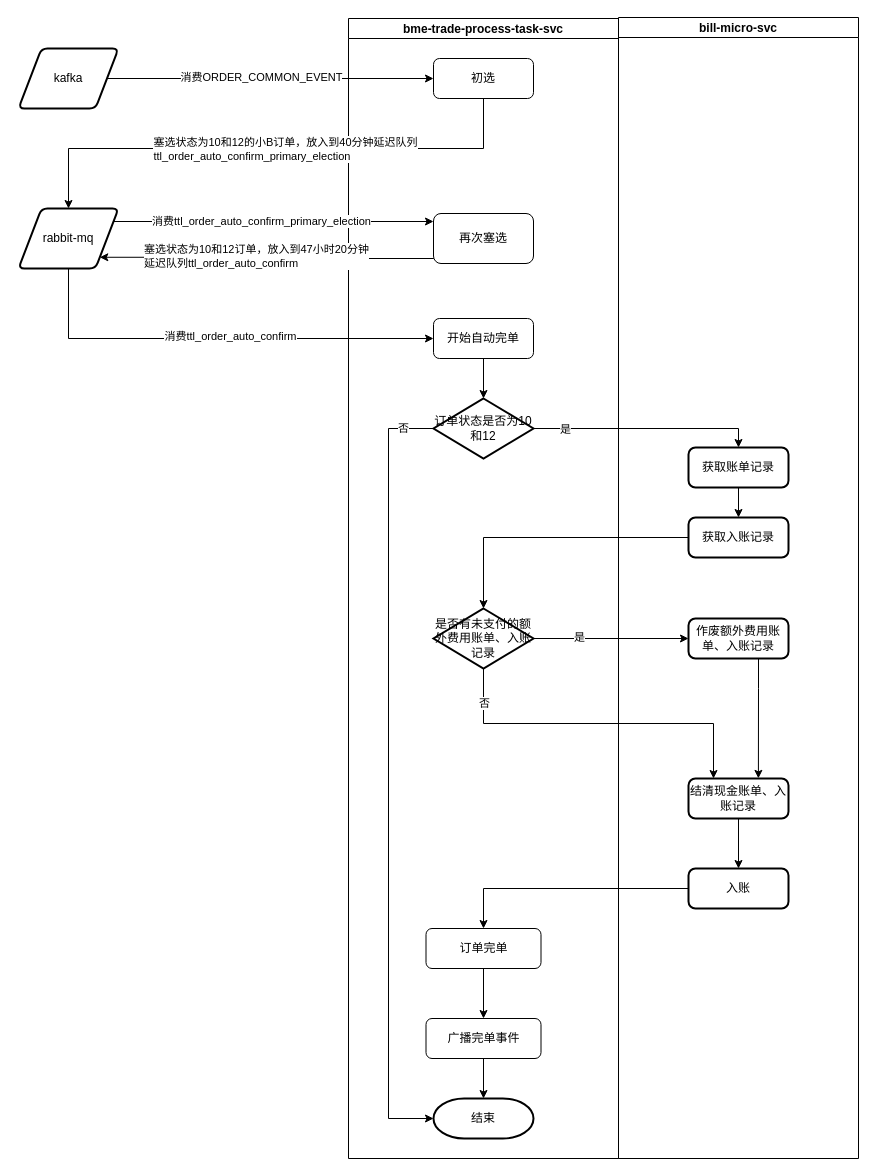
Earlier version of the draw.io diagram order_auto_confirm.drawio (assugang/chartflow). Source tidied: cells renumbered, new cells numbered last; positions are measured from the earlier drawing's top-left corner, leaving out a move shared by most shapes. Both pictures are drawn from the tidied source at 100%, with x=0, y=0 at pixel (18, 17).
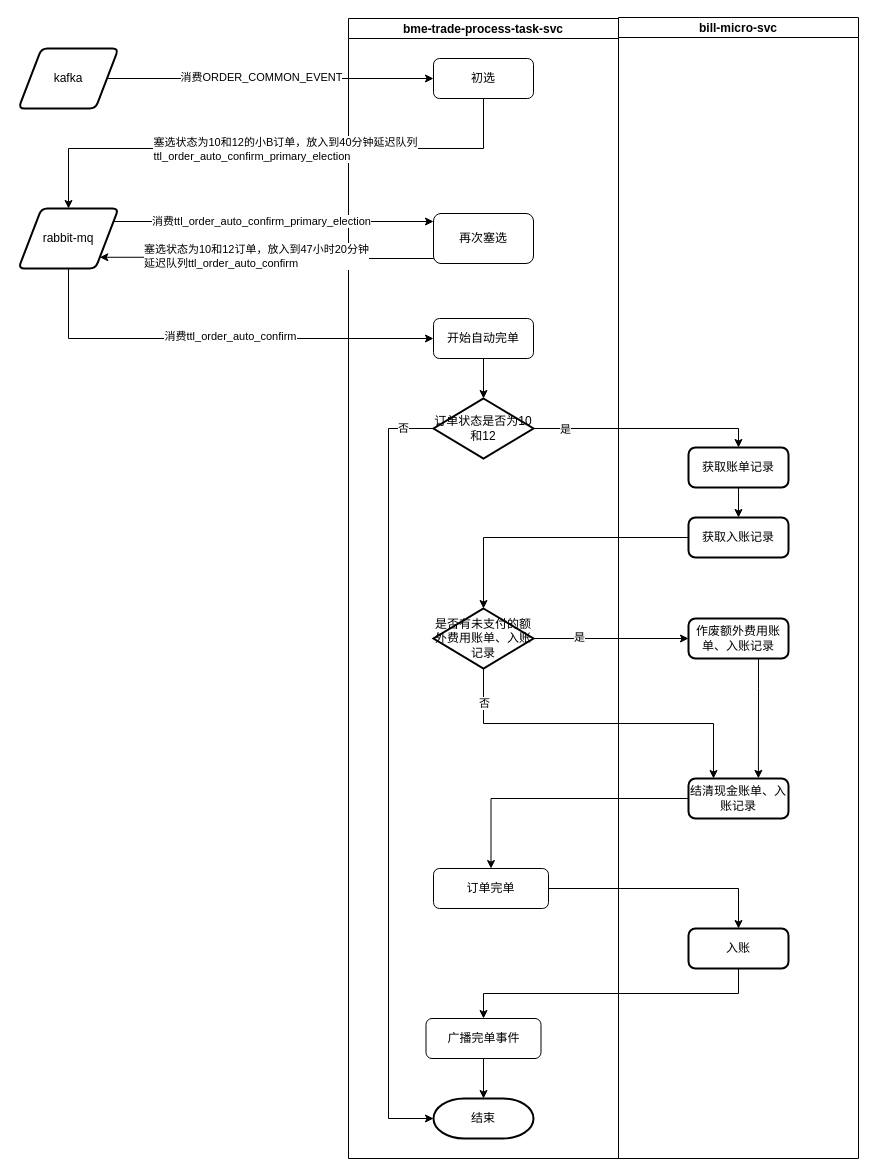
The same page after the edit.

Unchanged cells that the change refers to:
```xml
<mxCell id="2" value="bme-trade-process-task-svc" style="swimlane;startSize=20;" parent="1" vertex="1">
  <mxGeometry x="330" y="1" width="270" height="1140" as="geometry" />
</mxCell>
<mxCell id="10" value="广播完单事件" style="rounded=1;whiteSpace=wrap;html=1;" parent="2" vertex="1">
  <mxGeometry x="77.5" y="1000" width="115" height="40" as="geometry" />
</mxCell>
<mxCell id="16" value="bill-micro-svc" style="swimlane;startSize=20;" parent="1" vertex="1">
  <mxGeometry x="600" width="240" height="1141" as="geometry" />
</mxCell>
<mxCell id="23" value="结清现金账单、入账记录" style="rounded=1;whiteSpace=wrap;html=1;absoluteArcSize=1;arcSize=14;strokeWidth=2;" parent="16" vertex="1">
  <mxGeometry x="70" y="761" width="100" height="40" as="geometry" />
</mxCell>
```

What changed in the source:
```diff
@@
-    <mxCell id="7" style="edgeStyle=orthogonalEdgeStyle;rounded=0;jettySize=auto;html=1;entryX=0.5;entryY=0;entryDx=0;entryDy=0;" parent="2" edge="1" source="8" target="10">
-      <mxGeometry relative="1" as="geometry" />
-    </mxCell>
     <mxCell id="8" value="订单完单" style="rounded=1;whiteSpace=wrap;html=1;" parent="2" vertex="1">
-      <mxGeometry x="77.5" y="910" width="115" height="40" as="geometry" />
+      <mxGeometry x="85" y="850" width="115" height="40" as="geometry" />
     </mxCell>
@@
-    <mxCell id="22" style="edgeStyle=orthogonalEdgeStyle;rounded=0;jettySize=auto;html=1;" parent="16" edge="1" source="23" target="24">
-      <mxGeometry relative="1" as="geometry" />
-    </mxCell>
@@
     <mxCell id="24" value="入账" style="rounded=1;whiteSpace=wrap;html=1;absoluteArcSize=1;arcSize=14;strokeWidth=2;" parent="16" vertex="1">
-      <mxGeometry x="70" y="851" width="100" height="40" as="geometry" />
+      <mxGeometry x="70" y="911" width="100" height="40" as="geometry" />
     </mxCell>
@@
-    <mxCell id="45" style="edgeStyle=orthogonalEdgeStyle;rounded=0;jettySize=auto;html=1;entryX=0.5;entryY=0;entryDx=0;entryDy=0;" parent="1" edge="1" source="24" target="8">
-      <mxGeometry relative="1" as="geometry" />
-    </mxCell>
+    <mxCell id="46" style="edgeStyle=orthogonalEdgeStyle;rounded=0;jettySize=auto;html=1;entryX=0.5;entryY=0;entryDx=0;entryDy=0;" parent="1" edge="1" source="23" target="8">
+      <mxGeometry relative="1" as="geometry" />
+    </mxCell>
+    <mxCell id="47" style="edgeStyle=orthogonalEdgeStyle;rounded=0;jettySize=auto;html=1;entryX=0.5;entryY=0;entryDx=0;entryDy=0;" parent="1" edge="1" source="8" target="24">
+      <mxGeometry relative="1" as="geometry" />
+    </mxCell>
+    <mxCell id="48" style="edgeStyle=orthogonalEdgeStyle;rounded=0;jettySize=auto;html=1;exitX=0.5;exitY=1;exitDx=0;exitDy=0;entryX=0.5;entryY=0;entryDx=0;entryDy=0;" parent="1" edge="1" source="24" target="10">
+      <mxGeometry relative="1" as="geometry" />
+    </mxCell>
```
